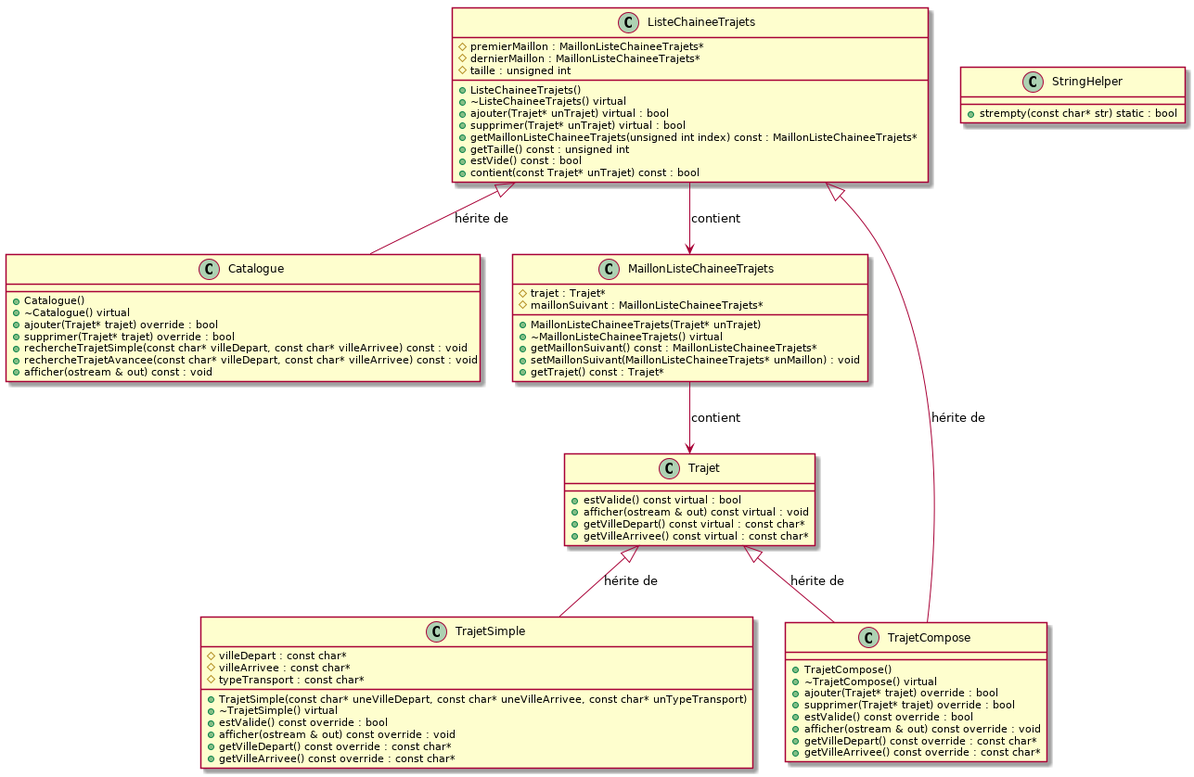
LogarithmeNeper/CPP_TP2 keeps this PlantUML diagram as doc/class-diagram.png. Above is the earlier version. The source it was exported from:
```plantuml
@startuml

class Catalogue {
  +Catalogue()
  +~Catalogue() virtual
  +ajouter(Trajet* trajet) override : bool
  +supprimer(Trajet* trajet) override : bool
  +rechercheTrajetSimple(const char* villeDepart, const char* villeArrivee) const : void
  +rechercheTrajetAvancee(const char* villeDepart, const char* villeArrivee) const : void
  +afficher(ostream & out) const : void
}

class ListeChaineeTrajets {
  #premierMaillon : MaillonListeChaineeTrajets*
  #dernierMaillon : MaillonListeChaineeTrajets*
  #taille : unsigned int
  +ListeChaineeTrajets()
  +~ListeChaineeTrajets() virtual
  +ajouter(Trajet* unTrajet) virtual : bool
  +supprimer(Trajet* unTrajet) virtual : bool
  +getMaillonListeChaineeTrajets(unsigned int index) const : MaillonListeChaineeTrajets*
  +getTaille() const : unsigned int
  +estVide() const : bool
  +contient(const Trajet* unTrajet) const : bool
}

class MaillonListeChaineeTrajets {
  #trajet : Trajet*
  #maillonSuivant : MaillonListeChaineeTrajets*
  +MaillonListeChaineeTrajets(Trajet* unTrajet)
  +~MaillonListeChaineeTrajets() virtual
  +getMaillonSuivant() const : MaillonListeChaineeTrajets*
  +setMaillonSuivant(MaillonListeChaineeTrajets* unMaillon) : void
  +getTrajet() const : Trajet*
}

class StringHelper {
  +strempty(const char* str) static : bool
}

class Trajet {
  +estValide() const virtual : bool
  +afficher(ostream & out) const virtual : void
  +getVilleDepart() const virtual : const char*
  +getVilleArrivee() const virtual : const char*
}

class TrajetCompose  {
  +TrajetCompose()
  +~TrajetCompose() virtual
  +ajouter(Trajet* trajet) override : bool
  +supprimer(Trajet* trajet) override : bool
  +estValide() const override : bool
  +afficher(ostream & out) const override : void
  +getVilleDepart() const override : const char*
  +getVilleArrivee() const override : const char*
}

class TrajetSimple {
  #villeDepart : const char*
  #villeArrivee : const char*
  #typeTransport : const char*
  +TrajetSimple(const char* uneVilleDepart, const char* uneVilleArrivee, const char* unTypeTransport)
  +~TrajetSimple() virtual
  +estValide() const override : bool
  +afficher(ostream & out) const override : void
  +getVilleDepart() const override : const char*
  +getVilleArrivee() const override : const char*
}

ListeChaineeTrajets <|-- Catalogue : "hérite de"

Trajet <|-- TrajetSimple : "hérite de"

Trajet <|-- TrajetCompose : "hérite de"

ListeChaineeTrajets <|-- TrajetCompose : "hérite de"

ListeChaineeTrajets --> MaillonListeChaineeTrajets : "contient"

MaillonListeChaineeTrajets --> Trajet : "contient"

@enduml
```
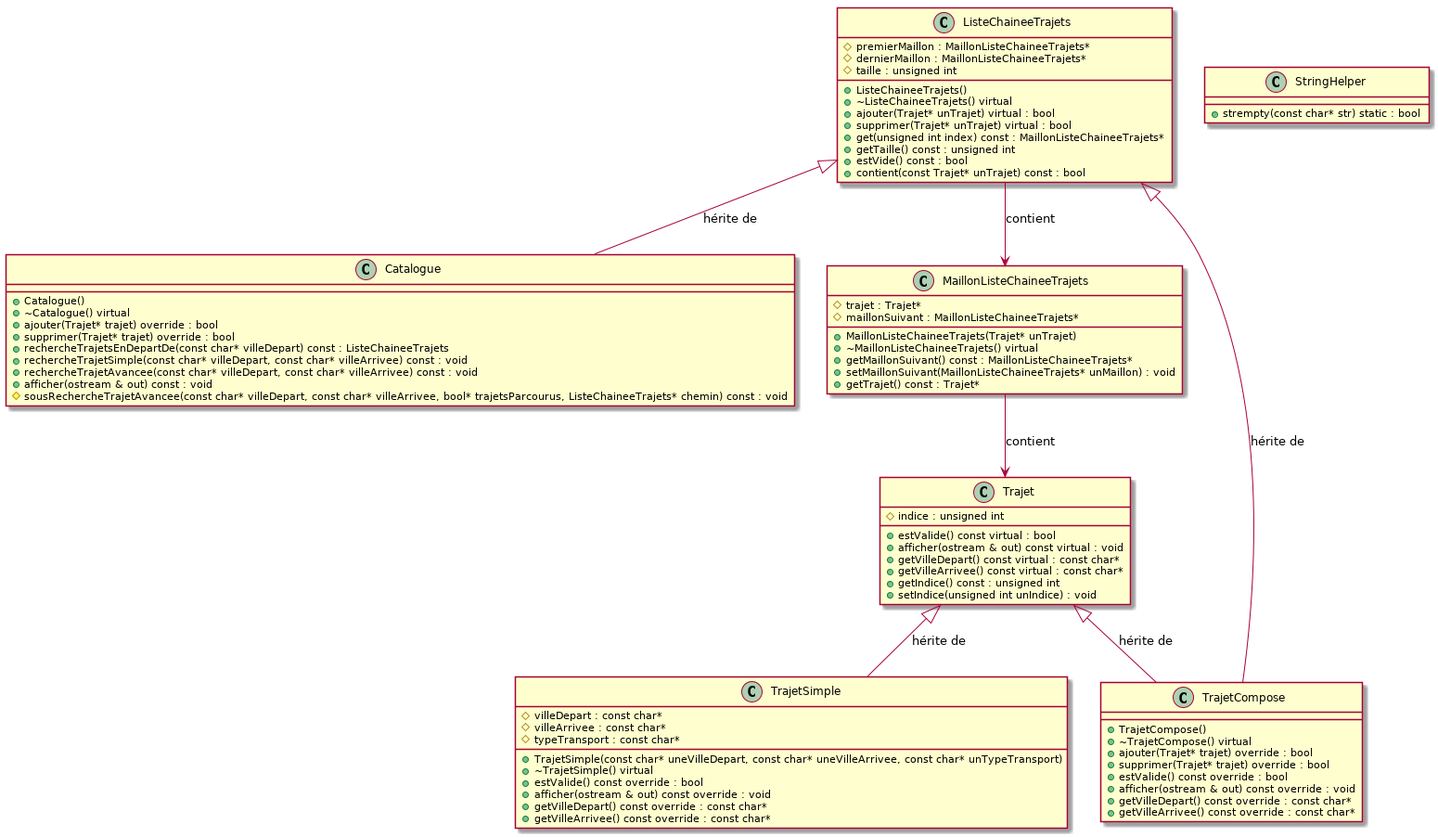
Above is the later version.

Commit message:
doc/Update class diagram

Diff of the diagram source:
```diff
@@ -5,9 +5,11 @@
   +~Catalogue() virtual
   +ajouter(Trajet* trajet) override : bool
   +supprimer(Trajet* trajet) override : bool
+  +rechercheTrajetsEnDepartDe(const char* villeDepart) const : ListeChaineeTrajets
   +rechercheTrajetSimple(const char* villeDepart, const char* villeArrivee) const : void
   +rechercheTrajetAvancee(const char* villeDepart, const char* villeArrivee) const : void
   +afficher(ostream & out) const : void
+  #sousRechercheTrajetAvancee(const char* villeDepart, const char* villeArrivee, bool* trajetsParcourus, ListeChaineeTrajets* chemin) const : void
 }
 
 class ListeChaineeTrajets {
@@ -18,7 +20,7 @@
   +~ListeChaineeTrajets() virtual
   +ajouter(Trajet* unTrajet) virtual : bool
   +supprimer(Trajet* unTrajet) virtual : bool
-  +getMaillonListeChaineeTrajets(unsigned int index) const : MaillonListeChaineeTrajets*
+  +get(unsigned int index) const : MaillonListeChaineeTrajets*
   +getTaille() const : unsigned int
   +estVide() const : bool
   +contient(const Trajet* unTrajet) const : bool
@@ -43,6 +45,9 @@
   +afficher(ostream & out) const virtual : void
   +getVilleDepart() const virtual : const char*
   +getVilleArrivee() const virtual : const char*
+  +getIndice() const : unsigned int
+  +setIndice(unsigned int unIndice) : void
+  #indice : unsigned int
 }
 
 class TrajetCompose  {
```
